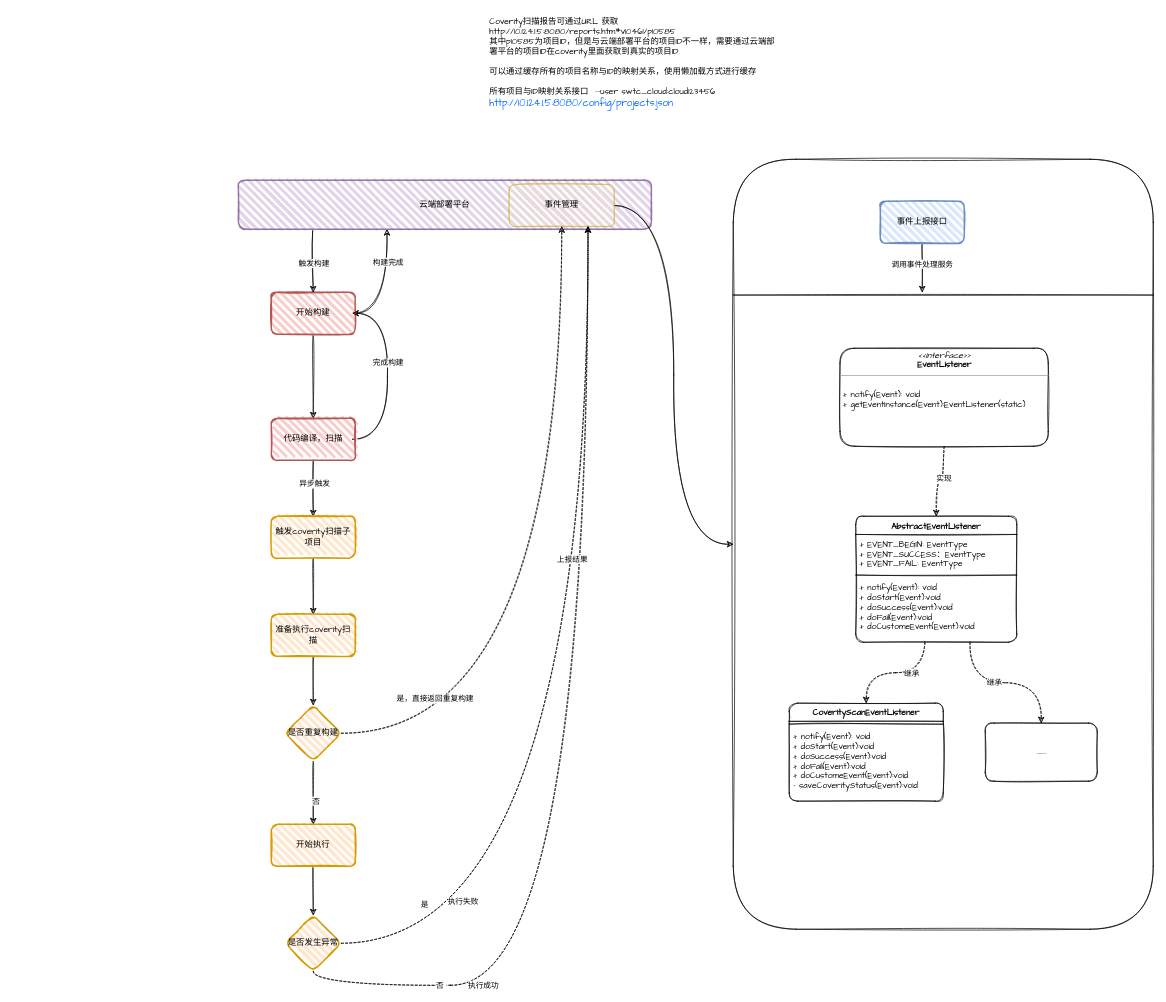
This is 展示corvity报告.drawio from jenkinZhou/online-face, a draw.io file, before an edit. Source tidied: cells renumbered, new cells numbered last; positions are measured from the earlier drawing's top-left corner, leaving out a move shared by most shapes. Both pictures are drawn from the tidied source at 70%, with x=0, y=0 at pixel (238, 12).
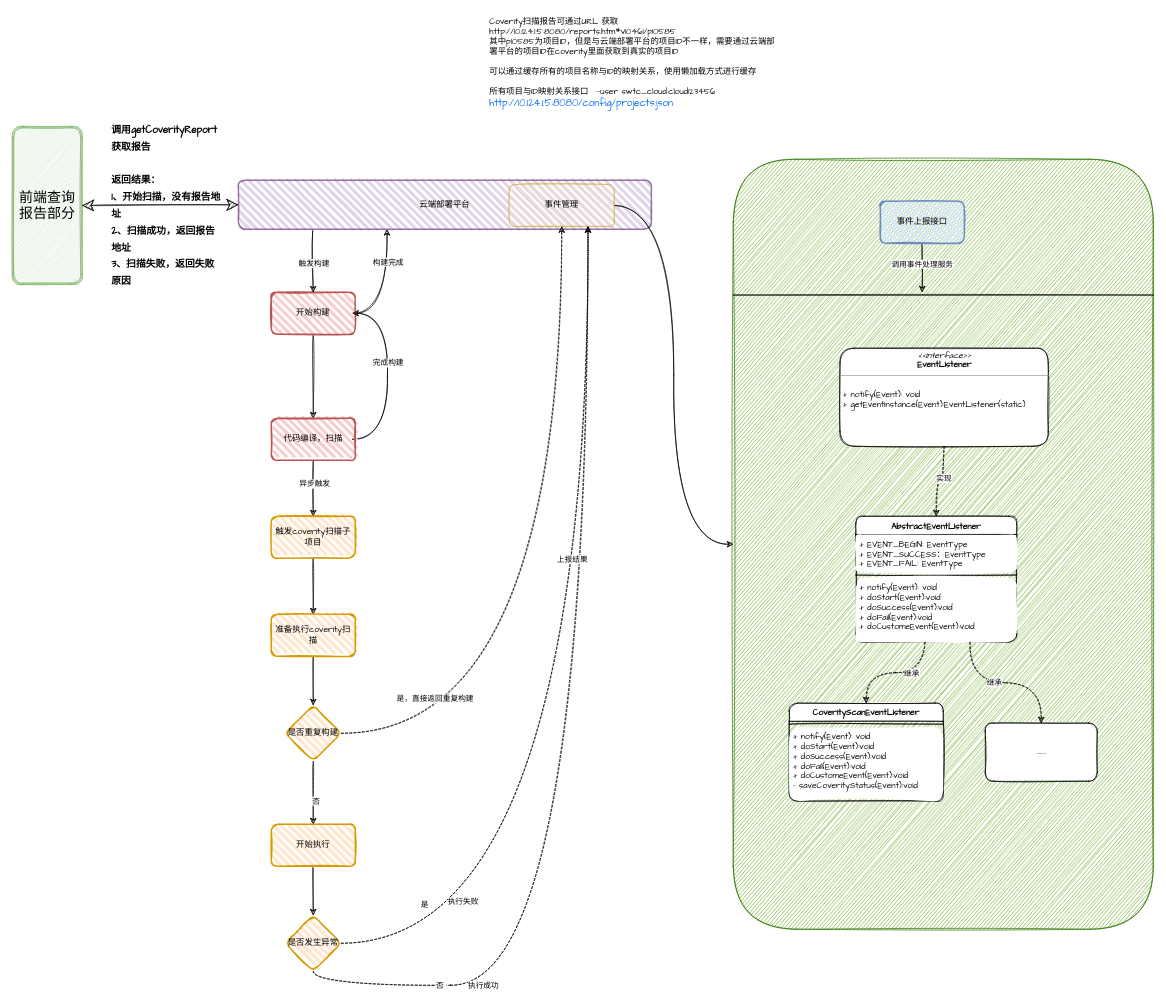
Above is the later version.

Commit message (it also covers changes not shown here):
更新展示corvity报告.drawio

Unchanged cells that the change refers to:
```xml
<mxCell id="16" value="云端部署平台" style="rounded=1;whiteSpace=wrap;html=1;strokeWidth=2;fillWeight=4;hachureGap=8;hachureAngle=45;fillColor=#e1d5e7;sketch=1;strokeColor=#9673a6;points=[[0,0,0,0,0],[0,0.26,0,0,0],[0,0.5,0,0,0],[0,0.74,0,0,0],[0,1,0,0,0],[0.09,1,0,0,0],[0.18,1,0,0,0],[0.25,0,0,0,0],[0.25,1,0,0,0],[0.27,1,0,0,0],[0.36,1,0,0,0],[0.45,1,0,0,0],[0.5,0,0,0,0],[0.5,1,0,0,0],[0.55,1,0,0,0],[0.64,1,0,0,0],[0.73,1,0,0,0],[0.75,0,0,0,0],[0.75,1,0,0,0],[0.82,1,0,0,0],[0.91,1,0,0,0],[1,0,0,0,0],[1,0.26,0,0,0],[1,0.5,0,0,0],[1,0.76,0,0,0],[1,1,0,0,0]];fontFamily=Comic Sans MS;" parent="1" vertex="1">
  <mxGeometry y="240" width="590" height="70" as="geometry" />
</mxCell>
<mxCell id="40" value="AbstractEventListener" style="swimlane;fontStyle=1;align=center;verticalAlign=top;horizontal=1;startSize=26;fontFamily=Comic Sans MS;rounded=1;sketch=1;" parent="1" vertex="1">
  <mxGeometry x="882" y="720" width="230" height="180" as="geometry" />
</mxCell>
<mxCell id="47" value="CoverityScanEventListener" style="swimlane;fontStyle=1;align=center;verticalAlign=top;horizontal=1;startSize=26;fontFamily=Comic Sans MS;rounded=1;sketch=1;" parent="1" vertex="1">
  <mxGeometry x="787" y="987" width="220" height="140" as="geometry" />
</mxCell>
```

What changed in the source:
```diff
@@
-    <mxCell id="36" style="rounded=1;whiteSpace=wrap;html=1;fontFamily=Comic Sans MS;sketch=1;" parent="1" vertex="1">
+    <mxCell id="36" style="rounded=1;whiteSpace=wrap;html=1;fontFamily=Comic Sans MS;sketch=1;fillColor=#60a917;fontColor=#ffffff;strokeColor=#2D7600;" parent="1" vertex="1">
       <mxGeometry x="707" y="210" width="600" height="1100" as="geometry" />
     </mxCell>
@@
-    <mxCell id="41" value="+ EVENT_BEGIN: EventType&#10;+ EVENT_SUCCESS：EventType&#10;+ EVENT_FAIL: EventType&#10;" style="text;strokeColor=none;fillColor=none;align=left;verticalAlign=top;spacingLeft=4;spacingRight=4;overflow=hidden;fontFamily=Comic Sans MS;rounded=1;sketch=1;" parent="40" vertex="1">
+    <mxCell id="41" value="+ EVENT_BEGIN: EventType&#10;+ EVENT_SUCCESS：EventType&#10;+ EVENT_FAIL: EventType&#10;" style="text;align=left;verticalAlign=top;spacingLeft=4;spacingRight=4;overflow=hidden;fontFamily=Comic Sans MS;rounded=1;sketch=1;fillColor=default;" parent="40" vertex="1">
       <mxGeometry y="26" width="230" height="54" as="geometry" />
     </mxCell>
-    <mxCell id="42" style="line;strokeWidth=1;fillColor=none;align=left;verticalAlign=middle;spacingTop=-1;spacingLeft=3;spacingRight=3;labelPosition=right;fontFamily=Comic Sans MS;rounded=1;sketch=1;" parent="40" vertex="1">
+    <mxCell id="42" style="line;strokeWidth=1;align=left;verticalAlign=middle;spacingTop=-1;spacingLeft=3;spacingRight=3;labelPosition=right;fontFamily=Comic Sans MS;rounded=1;sketch=1;" parent="40" vertex="1">
       <mxGeometry y="80" width="230" height="8" as="geometry" />
     </mxCell>
-    <mxCell id="43" value="+ notify(Event): void&#10;+ doStart(Event):void&#10;+ doSuccess(Event):void&#10;+ doFail(Event):void&#10;+ doCustomeEvent(Event):void" style="text;strokeColor=none;fillColor=none;align=left;verticalAlign=top;spacingLeft=4;spacingRight=4;overflow=hidden;points=[[0,0.5,0,0,0],[0.14,1,0,0,0],[0.29,1,0,0,0],[0.43,1,0,0,0],[0.57,1,0,0,0],[0.71,1,0,0,0],[0.86,1,0,0,0],[1,0.5,0,0,0]];portConstraint=eastwest;fontFamily=Comic Sans MS;rounded=1;sketch=1;" parent="40" vertex="1">
+    <mxCell id="43" value="+ notify(Event): void&#10;+ doStart(Event):void&#10;+ doSuccess(Event):void&#10;+ doFail(Event):void&#10;+ doCustomeEvent(Event):void" style="text;align=left;verticalAlign=top;spacingLeft=4;spacingRight=4;overflow=hidden;points=[[0,0.5,0,0,0],[0.14,1,0,0,0],[0.29,1,0,0,0],[0.43,1,0,0,0],[0.57,1,0,0,0],[0.71,1,0,0,0],[0.86,1,0,0,0],[1,0.5,0,0,0]];portConstraint=eastwest;fontFamily=Comic Sans MS;rounded=1;sketch=1;fillColor=default;" parent="40" vertex="1">
       <mxGeometry y="88" width="230" height="92" as="geometry" />
     </mxCell>
@@
-    <mxCell id="48" style="line;strokeWidth=1;fillColor=none;align=left;verticalAlign=middle;spacingTop=-1;spacingLeft=3;spacingRight=3;labelPosition=right;fontFamily=Comic Sans MS;rounded=1;sketch=1;" parent="47" vertex="1">
+    <mxCell id="48" style="line;strokeWidth=1;fillColor=default;align=left;verticalAlign=middle;spacingTop=-1;spacingLeft=3;spacingRight=3;labelPosition=right;fontFamily=Comic Sans MS;rounded=1;sketch=1;" parent="47" vertex="1">
       <mxGeometry y="26" width="220" height="8" as="geometry" />
     </mxCell>
-    <mxCell id="49" value="+ notify(Event): void&#10;+ doStart(Event):void&#10;+ doSuccess(Event):void&#10;+ doFail(Event):void&#10;+ doCustomeEvent(Event):void&#10;- saveCoverityStatus(Event):void" style="text;strokeColor=none;fillColor=none;align=left;verticalAlign=top;spacingLeft=4;spacingRight=4;overflow=hidden;fontFamily=Comic Sans MS;rounded=1;sketch=1;" parent="47" vertex="1">
+    <mxCell id="49" value="+ notify(Event): void&#10;+ doStart(Event):void&#10;+ doSuccess(Event):void&#10;+ doFail(Event):void&#10;+ doCustomeEvent(Event):void&#10;- saveCoverityStatus(Event):void" style="text;align=left;verticalAlign=top;spacingLeft=4;spacingRight=4;overflow=hidden;fontFamily=Comic Sans MS;rounded=1;sketch=1;fillColor=default;" parent="47" vertex="1">
       <mxGeometry y="34" width="220" height="106" as="geometry" />
     </mxCell>
@@
+    <mxCell id="56" value="前端查询报告部分" style="shape=ext;double=1;rounded=1;whiteSpace=wrap;html=1;sketch=1;hachureGap=4;fontFamily=Architects Daughter;fontSize=20;fillColor=#d5e8d4;strokeColor=#82b366;" parent="1" vertex="1">
+      <mxGeometry x="-323" y="163" width="100" height="226" as="geometry" />
+    </mxCell>
+    <mxCell id="57" style="endArrow=classic;startArrow=classic;html=1;rounded=0;sketch=1;hachureGap=4;fontFamily=Architects Daughter;fontSize=16;startSize=14;endSize=14;sourcePerimeterSpacing=8;targetPerimeterSpacing=8;curved=1;exitX=1;exitY=0.5;exitDx=0;exitDy=0;entryX=0;entryY=0.5;entryDx=0;entryDy=0;entryPerimeter=0;" parent="1" edge="1" source="56" target="16">
+      <mxGeometry relative="1" as="geometry" />
+    </mxCell>
+    <mxCell id="58" value="&lt;font style=&quot;font-size: 14px;&quot;&gt;调用getCoverityReport获取报告&lt;br style=&quot;&quot;&gt;&lt;br style=&quot;&quot;&gt;返回结果：&lt;br style=&quot;&quot;&gt;1、开始扫描，没有报告地址&lt;br style=&quot;&quot;&gt;2、扫描成功，返回报告地址&lt;br style=&quot;&quot;&gt;3、扫描失败，返回失败原因&lt;/font&gt;" style="text;html=1;strokeColor=none;fillColor=none;align=left;verticalAlign=top;whiteSpace=wrap;rounded=0;sketch=1;hachureGap=4;fontFamily=Architects Daughter;fontSize=20;fontStyle=1;" parent="1" vertex="1">
+      <mxGeometry x="-183" y="148" width="160" height="260" as="geometry" />
+    </mxCell>
```
